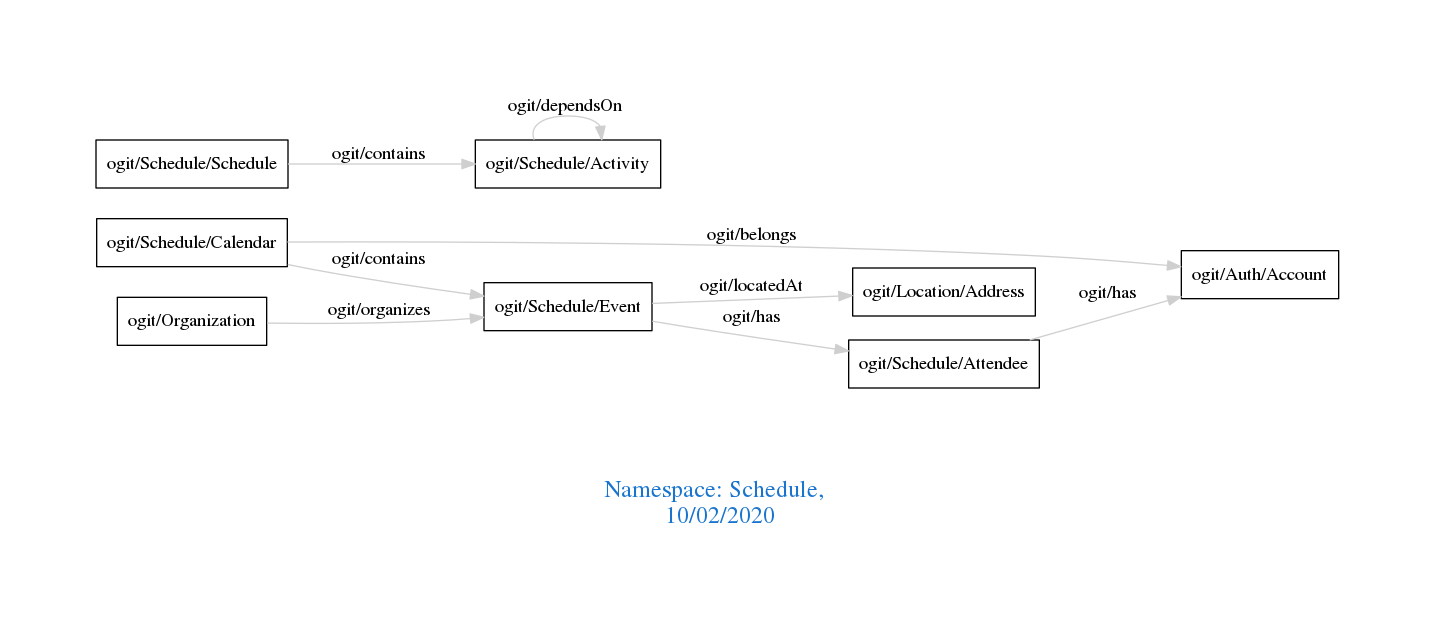
This is downloads/Schedule.png from arago/OGIT, a Graphviz export, as it was before one commit. Its source is kept beside it as downloads/Schedule.dot.
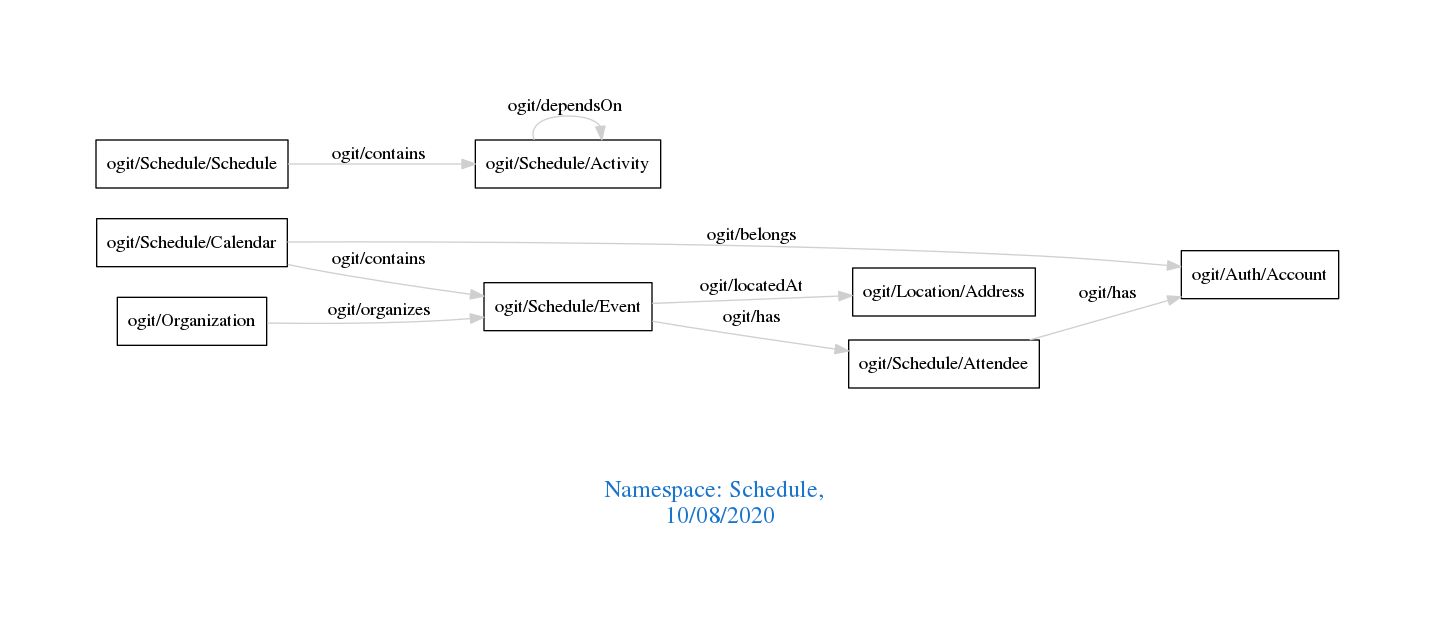
The same diagram one commit later.

The edit, as a diff of the source:
```diff
@@ -1,7 +1,7 @@
 digraph OGIT_ontology {
  graph [ rankdir= LR,pad=1
 fontsize = 18,
-fontcolor= dodgerblue3,label = "\n\n\nNamespace: Schedule, \n 10/02/2020"];
+fontcolor= dodgerblue3,label = "\n\n\nNamespace: Schedule, \n 10/08/2020"];
 node[shape=polygon];
 edge [  color="gray81"];
 
```
